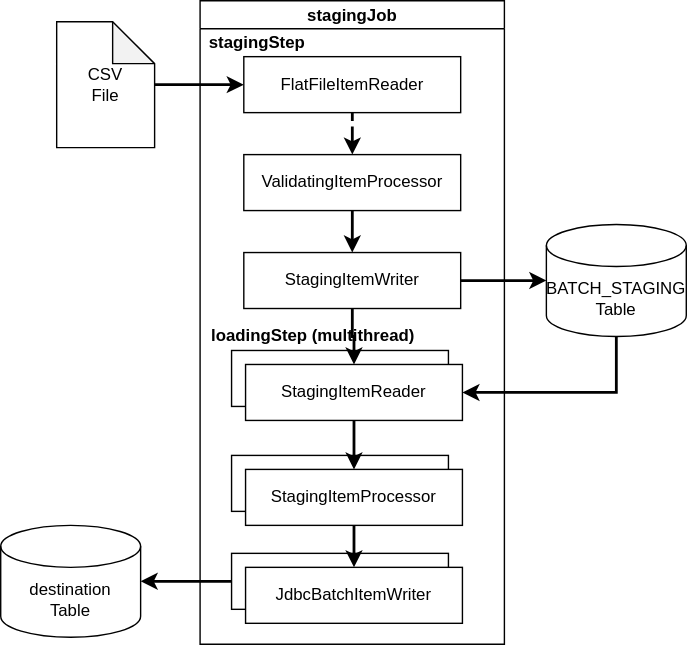
The draw.io diagram images/stagingJob.svg in desprez/springbatch-patterns, before a commit. Source tidied: cells renumbered, new cells last; positions are measured from the earlier drawing's top-left corner, leaving out a move shared by most shapes.
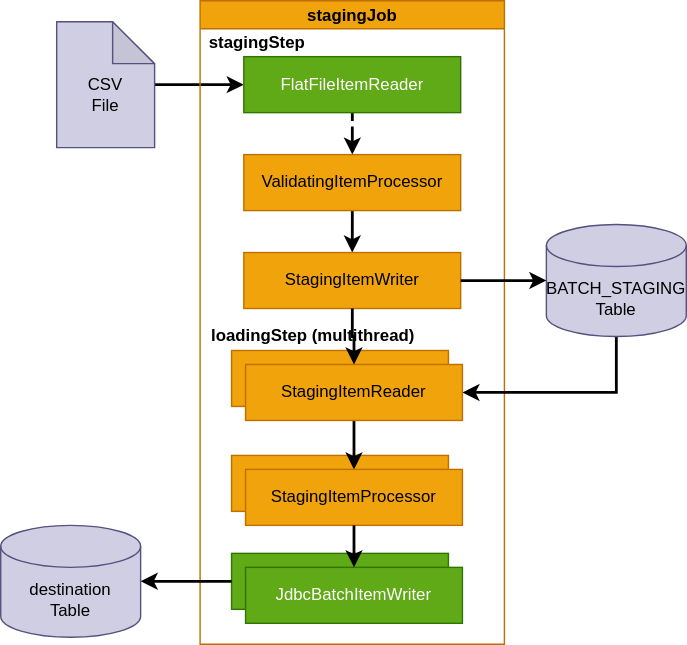
The same diagram one commit later.

What changed in the source:
```diff
@@ -5,19 +5,19 @@
     <mxCell id="2" style="edgeStyle=orthogonalEdgeStyle;rounded=0;jettySize=auto;html=1;strokeWidth=2;entryX=0;entryY=0.5;entryDx=0;entryDy=0;" parent="1" edge="1" source="3" target="13">
       <mxGeometry relative="1" as="geometry" />
     </mxCell>
-    <mxCell id="3" value="&lt;div&gt;CSV&lt;/div&gt;&lt;div&gt;File&lt;br&gt;&lt;/div&gt;" style="shape=note;whiteSpace=wrap;html=1;backgroundOutline=1;darkOpacity=0.05;" parent="1" vertex="1">
+    <mxCell id="3" value="&lt;div&gt;&lt;br&gt;&lt;/div&gt;&lt;div&gt;CSV&lt;/div&gt;&lt;div&gt;File&lt;br&gt;&lt;/div&gt;" style="shape=note;whiteSpace=wrap;html=1;backgroundOutline=1;darkOpacity=0.05;fillColor=#d0cee2;strokeColor=#56517e;" parent="1" vertex="1">
       <mxGeometry x="40" y="15" width="70" height="90" as="geometry" />
     </mxCell>
-    <mxCell id="4" value="stagingJob" style="swimlane;html=1;startSize=20;horizontal=1;containerType=tree;labelPosition=center;verticalLabelPosition=middle;align=center;verticalAlign=bottom;" parent="1" vertex="1">
+    <mxCell id="4" value="stagingJob" style="swimlane;html=1;startSize=20;horizontal=1;containerType=tree;labelPosition=center;verticalLabelPosition=middle;align=center;verticalAlign=bottom;fillColor=#f0a30a;fontColor=#000000;strokeColor=#BD7000;" parent="1" vertex="1">
       <mxGeometry x="142.5" width="217.5" height="460" as="geometry" />
     </mxCell>
-    <mxCell id="5" value="StagingItemReader" style="whiteSpace=wrap;html=1;newEdgeStyle={&quot;edgeStyle&quot;:&quot;elbowEdgeStyle&quot;,&quot;startArrow&quot;:&quot;none&quot;,&quot;endArrow&quot;:&quot;none&quot;};" parent="4" vertex="1">
+    <mxCell id="5" value="StagingItemReader" style="whiteSpace=wrap;html=1;newEdgeStyle={&quot;edgeStyle&quot;:&quot;elbowEdgeStyle&quot;,&quot;startArrow&quot;:&quot;none&quot;,&quot;endArrow&quot;:&quot;none&quot;};fillColor=#f0a30a;fontColor=#000000;strokeColor=#BD7000;" parent="4" vertex="1">
       <mxGeometry x="22.5" y="250" width="155" height="40" as="geometry" />
     </mxCell>
-    <mxCell id="6" value="JdbcBatchItemWriter" style="whiteSpace=wrap;html=1;newEdgeStyle={&quot;edgeStyle&quot;:&quot;elbowEdgeStyle&quot;,&quot;startArrow&quot;:&quot;none&quot;,&quot;endArrow&quot;:&quot;none&quot;};" parent="4" vertex="1">
+    <mxCell id="6" value="JdbcBatchItemWriter" style="whiteSpace=wrap;html=1;newEdgeStyle={&quot;edgeStyle&quot;:&quot;elbowEdgeStyle&quot;,&quot;startArrow&quot;:&quot;none&quot;,&quot;endArrow&quot;:&quot;none&quot;};fillColor=#60a917;fontColor=#ffffff;strokeColor=#2D7600;" parent="4" vertex="1">
       <mxGeometry x="22.5" y="395" width="155" height="40" as="geometry" />
     </mxCell>
-    <mxCell id="7" value="StagingItemProcessor" style="whiteSpace=wrap;html=1;newEdgeStyle={&quot;edgeStyle&quot;:&quot;elbowEdgeStyle&quot;,&quot;startArrow&quot;:&quot;none&quot;,&quot;endArrow&quot;:&quot;none&quot;};" parent="4" vertex="1">
+    <mxCell id="7" value="StagingItemProcessor" style="whiteSpace=wrap;html=1;newEdgeStyle={&quot;edgeStyle&quot;:&quot;elbowEdgeStyle&quot;,&quot;startArrow&quot;:&quot;none&quot;,&quot;endArrow&quot;:&quot;none&quot;};fillColor=#f0a30a;fontColor=#000000;strokeColor=#BD7000;" parent="4" vertex="1">
       <mxGeometry x="22.5" y="325" width="155" height="40" as="geometry" />
     </mxCell>
     <mxCell id="8" value="loadingStep (multithread)" style="text;html=1;align=center;verticalAlign=middle;fontStyle=1;" parent="4" vertex="1">
@@ -29,16 +29,16 @@
     <mxCell id="10" style="edgeStyle=orthogonalEdgeStyle;rounded=0;jettySize=auto;html=1;strokeWidth=2;entryX=0.5;entryY=0;entryDx=0;entryDy=0;" parent="4" edge="1" source="11" target="14">
       <mxGeometry relative="1" as="geometry" />
     </mxCell>
-    <mxCell id="11" value="ValidatingItemProcessor" style="whiteSpace=wrap;html=1;newEdgeStyle={&quot;edgeStyle&quot;:&quot;elbowEdgeStyle&quot;,&quot;startArrow&quot;:&quot;none&quot;,&quot;endArrow&quot;:&quot;none&quot;};" parent="4" vertex="1">
+    <mxCell id="11" value="ValidatingItemProcessor" style="whiteSpace=wrap;html=1;newEdgeStyle={&quot;edgeStyle&quot;:&quot;elbowEdgeStyle&quot;,&quot;startArrow&quot;:&quot;none&quot;,&quot;endArrow&quot;:&quot;none&quot;};fillColor=#f0a30a;fontColor=#000000;strokeColor=#BD7000;" parent="4" vertex="1">
       <mxGeometry x="31.2" y="110" width="155" height="40" as="geometry" />
     </mxCell>
     <mxCell id="12" style="edgeStyle=orthogonalEdgeStyle;rounded=0;jettySize=auto;html=1;dashed=1;strokeWidth=2;" parent="4" edge="1" source="13" target="11">
       <mxGeometry relative="1" as="geometry" />
     </mxCell>
-    <mxCell id="13" value="FlatFileItemReader" style="whiteSpace=wrap;html=1;newEdgeStyle={&quot;edgeStyle&quot;:&quot;elbowEdgeStyle&quot;,&quot;startArrow&quot;:&quot;none&quot;,&quot;endArrow&quot;:&quot;none&quot;};" parent="4" vertex="1">
+    <mxCell id="13" value="FlatFileItemReader" style="whiteSpace=wrap;html=1;newEdgeStyle={&quot;edgeStyle&quot;:&quot;elbowEdgeStyle&quot;,&quot;startArrow&quot;:&quot;none&quot;,&quot;endArrow&quot;:&quot;none&quot;};fillColor=#60a917;fontColor=#ffffff;strokeColor=#2D7600;" parent="4" vertex="1">
       <mxGeometry x="31.2" y="40" width="155" height="40" as="geometry" />
     </mxCell>
-    <mxCell id="14" value="StagingItemWriter" style="whiteSpace=wrap;html=1;newEdgeStyle={&quot;edgeStyle&quot;:&quot;elbowEdgeStyle&quot;,&quot;startArrow&quot;:&quot;none&quot;,&quot;endArrow&quot;:&quot;none&quot;};" parent="4" vertex="1">
+    <mxCell id="14" value="StagingItemWriter" style="whiteSpace=wrap;html=1;newEdgeStyle={&quot;edgeStyle&quot;:&quot;elbowEdgeStyle&quot;,&quot;startArrow&quot;:&quot;none&quot;,&quot;endArrow&quot;:&quot;none&quot;};fillColor=#f0a30a;fontColor=#000000;strokeColor=#BD7000;" parent="4" vertex="1">
       <mxGeometry x="31.2" y="180" width="155" height="40" as="geometry" />
     </mxCell>
     <mxCell id="15" style="edgeStyle=orthogonalEdgeStyle;rounded=0;jettySize=auto;html=1;entryX=1;entryY=0.5;entryDx=0;entryDy=0;strokeWidth=2;" parent="1" edge="1" source="16" target="21">
@@ -48,13 +48,13 @@
         </Array>
       </mxGeometry>
     </mxCell>
-    <mxCell id="16" value="&lt;div&gt;BATCH_STAGING&lt;/div&gt;&lt;div&gt;Table&lt;/div&gt;" style="shape=cylinder3;whiteSpace=wrap;html=1;boundedLbl=1;backgroundOutline=1;size=15;" parent="1" vertex="1">
+    <mxCell id="16" value="&lt;div&gt;BATCH_STAGING&lt;/div&gt;&lt;div&gt;Table&lt;/div&gt;" style="shape=cylinder3;whiteSpace=wrap;html=1;boundedLbl=1;backgroundOutline=1;size=15;fillColor=#d0cee2;strokeColor=#56517e;" parent="1" vertex="1">
       <mxGeometry x="390" y="160" width="100" height="80" as="geometry" />
     </mxCell>
     <mxCell id="17" style="edgeStyle=orthogonalEdgeStyle;rounded=0;jettySize=auto;html=1;strokeWidth=2;" parent="1" edge="1" source="14" target="16">
       <mxGeometry relative="1" as="geometry" />
     </mxCell>
-    <mxCell id="18" value="&lt;div&gt;destination&lt;br&gt;&lt;/div&gt;&lt;div&gt;Table&lt;/div&gt;" style="shape=cylinder3;whiteSpace=wrap;html=1;boundedLbl=1;backgroundOutline=1;size=15;" parent="1" vertex="1">
+    <mxCell id="18" value="&lt;div&gt;destination&lt;br&gt;&lt;/div&gt;&lt;div&gt;Table&lt;/div&gt;" style="shape=cylinder3;whiteSpace=wrap;html=1;boundedLbl=1;backgroundOutline=1;size=15;fillColor=#d0cee2;strokeColor=#56517e;" parent="1" vertex="1">
       <mxGeometry y="375" width="100" height="80" as="geometry" />
     </mxCell>
     <mxCell id="19" style="edgeStyle=orthogonalEdgeStyle;rounded=0;jettySize=auto;html=1;strokeWidth=2;" parent="1" edge="1" source="6" target="18">
@@ -63,13 +63,13 @@
     <mxCell id="20" style="edgeStyle=orthogonalEdgeStyle;rounded=0;jettySize=auto;html=1;entryX=0.5;entryY=0;entryDx=0;entryDy=0;strokeWidth=2;" parent="1" edge="1" source="21" target="23">
       <mxGeometry relative="1" as="geometry" />
     </mxCell>
-    <mxCell id="21" value="StagingItemReader" style="whiteSpace=wrap;html=1;newEdgeStyle={&quot;edgeStyle&quot;:&quot;elbowEdgeStyle&quot;,&quot;startArrow&quot;:&quot;none&quot;,&quot;endArrow&quot;:&quot;none&quot;};" parent="1" vertex="1">
+    <mxCell id="21" value="StagingItemReader" style="whiteSpace=wrap;html=1;newEdgeStyle={&quot;edgeStyle&quot;:&quot;elbowEdgeStyle&quot;,&quot;startArrow&quot;:&quot;none&quot;,&quot;endArrow&quot;:&quot;none&quot;};fillColor=#f0a30a;fontColor=#000000;strokeColor=#BD7000;" parent="1" vertex="1">
       <mxGeometry x="175" y="260" width="155" height="40" as="geometry" />
     </mxCell>
-    <mxCell id="22" value="JdbcBatchItemWriter" style="whiteSpace=wrap;html=1;newEdgeStyle={&quot;edgeStyle&quot;:&quot;elbowEdgeStyle&quot;,&quot;startArrow&quot;:&quot;none&quot;,&quot;endArrow&quot;:&quot;none&quot;};" parent="1" vertex="1">
+    <mxCell id="22" value="JdbcBatchItemWriter" style="whiteSpace=wrap;html=1;newEdgeStyle={&quot;edgeStyle&quot;:&quot;elbowEdgeStyle&quot;,&quot;startArrow&quot;:&quot;none&quot;,&quot;endArrow&quot;:&quot;none&quot;};fillColor=#60a917;fontColor=#ffffff;strokeColor=#2D7600;" parent="1" vertex="1">
       <mxGeometry x="175" y="405" width="155" height="40" as="geometry" />
     </mxCell>
-    <mxCell id="23" value="StagingItemProcessor" style="whiteSpace=wrap;html=1;newEdgeStyle={&quot;edgeStyle&quot;:&quot;elbowEdgeStyle&quot;,&quot;startArrow&quot;:&quot;none&quot;,&quot;endArrow&quot;:&quot;none&quot;};" parent="1" vertex="1">
+    <mxCell id="23" value="StagingItemProcessor" style="whiteSpace=wrap;html=1;newEdgeStyle={&quot;edgeStyle&quot;:&quot;elbowEdgeStyle&quot;,&quot;startArrow&quot;:&quot;none&quot;,&quot;endArrow&quot;:&quot;none&quot;};fillColor=#f0a30a;fontColor=#000000;strokeColor=#BD7000;" parent="1" vertex="1">
       <mxGeometry x="175" y="335" width="155" height="40" as="geometry" />
     </mxCell>
     <mxCell id="24" style="edgeStyle=elbowEdgeStyle;elbow=vertical;startArrow=none;endArrow=classic;rounded=0;endFill=1;strokeWidth=2;entryX=0.5;entryY=0;entryDx=0;entryDy=0;exitX=0.5;exitY=1;exitDx=0;exitDy=0;" parent="1" edge="1" source="23" target="22">
```
